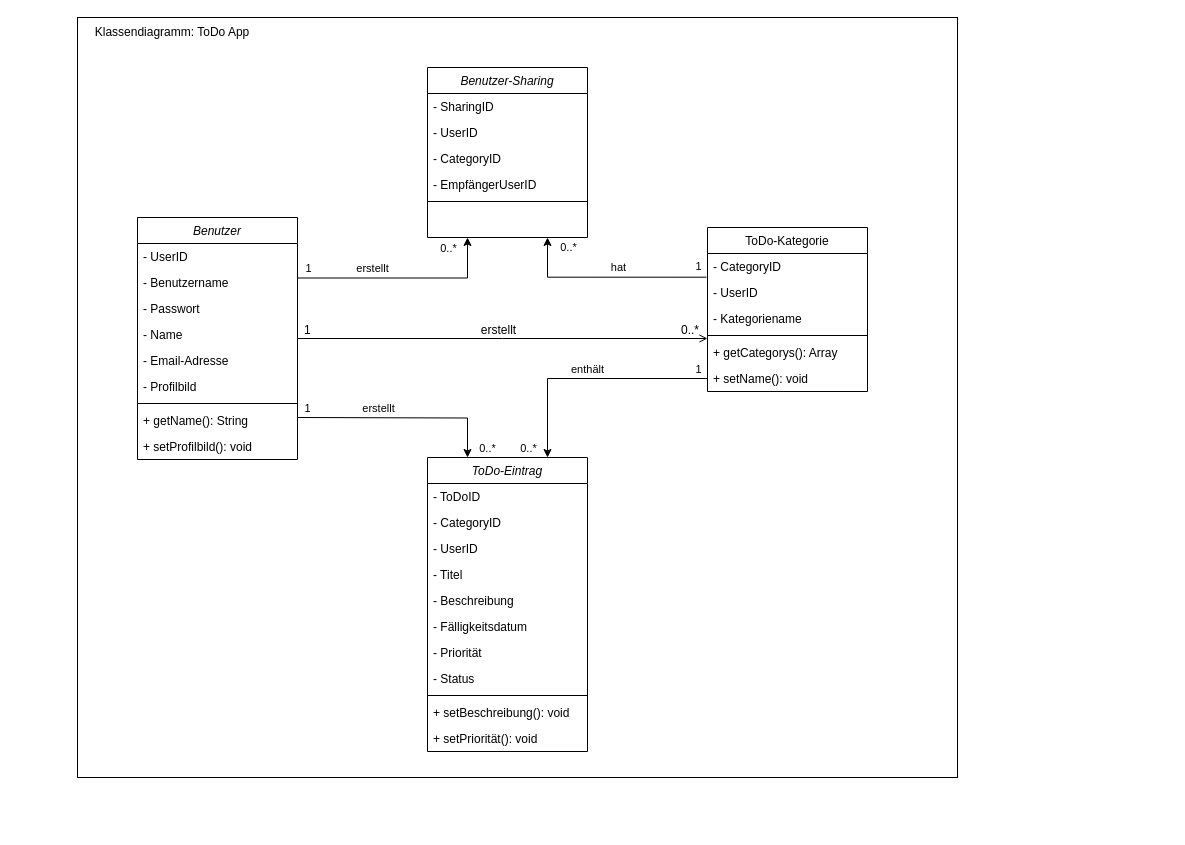
Before: Design/Diagramme/klassendiagramm.drawio in Eddyhotkey/simplydone, a draw.io diagram. Source tidied: cells renumbered, new cells numbered last; positions are measured from the earlier drawing's top-left corner, leaving out a move shared by most shapes. Both pictures are drawn from the tidied source at 100%, with x=0, y=0 at pixel (77, 17).
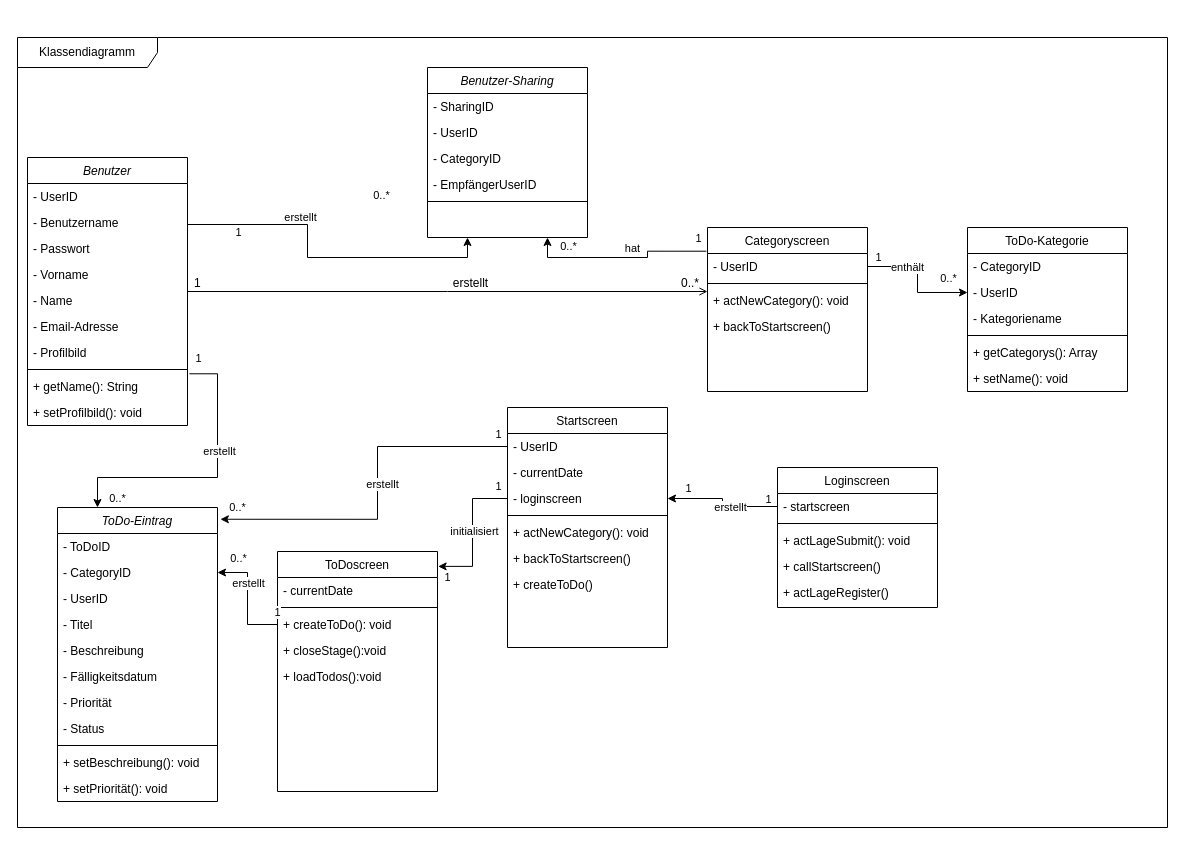
Above is the later version.

The change refers to these unchanged cells:
```xml
<mxCell id="39" value="- CategoryID" style="text;align=left;verticalAlign=top;spacingLeft=4;spacingRight=4;overflow=hidden;points=[[0,0.5],[1,0.5]];portConstraint=eastwest;" parent="37" vertex="1">
  <mxGeometry y="52" width="160" height="26" as="geometry" />
</mxCell>
<mxCell id="56" style="edgeStyle=orthogonalEdgeStyle;rounded=0;jettySize=auto;html=1;entryX=0.75;entryY=1;entryDx=0;entryDy=0;exitX=-0.007;exitY=-0.088;exitDx=0;exitDy=0;exitPerimeter=0;" parent="1" edge="1" source="28" target="49">
  <mxGeometry relative="1" as="geometry" />
</mxCell>
```

Change to the diagram source:
```diff
@@
-    <mxCell id="2" style="rounded=0;whiteSpace=wrap;html=1;" parent="1" vertex="1">
-      <mxGeometry width="880" height="760" as="geometry" />
-    </mxCell>
-    <mxCell id="3" style="edgeStyle=orthogonalEdgeStyle;rounded=0;jettySize=auto;html=1;entryX=0.75;entryY=0;entryDx=0;entryDy=0;exitX=0;exitY=0.5;exitDx=0;exitDy=0;" parent="1" edge="1" source="32" target="37">
+    <mxCell id="3" style="edgeStyle=orthogonalEdgeStyle;rounded=0;jettySize=auto;html=1;entryX=0;entryY=0.5;entryDx=0;entryDy=0;exitX=1;exitY=0.5;exitDx=0;exitDy=0;" parent="1" edge="1" source="28" target="63">
       <mxGeometry relative="1" as="geometry" />
     </mxCell>
     <mxCell id="4" value="1" style="edgeLabel;html=1;align=center;verticalAlign=middle;" parent="3" vertex="1">
       <mxGeometry x="-0.48" relative="1" as="geometry">
-        <mxPoint x="52" y="-10" as="offset" />
+        <mxPoint x="-23" y="-10" as="offset" />
       </mxGeometry>
     </mxCell>
@@
     <mxCell id="6" value="0..*" style="edgeLabel;html=1;align=center;verticalAlign=middle;" parent="3" vertex="1">
       <mxGeometry x="0.11" y="1" relative="1" as="geometry">
-        <mxPoint x="-47" y="68" as="offset" />
+        <mxPoint x="29" y="-9" as="offset" />
       </mxGeometry>
     </mxCell>
@@
-    <mxCell id="8" style="edgeStyle=orthogonalEdgeStyle;rounded=0;jettySize=auto;html=1;entryX=0.25;entryY=0;entryDx=0;entryDy=0;" parent="1" edge="1" target="37">
+    <mxCell id="8" style="edgeStyle=orthogonalEdgeStyle;rounded=0;jettySize=auto;html=1;entryX=0.25;entryY=0;entryDx=0;entryDy=0;exitX=1.012;exitY=0.011;exitDx=0;exitDy=0;exitPerimeter=0;" parent="1" edge="1" source="24" target="37">
       <mxGeometry relative="1" as="geometry">
-        <mxPoint x="220" y="400" as="sourcePoint" />
+        <Array as="points">
+          <mxPoint x="140" y="356" />
+          <mxPoint x="140" y="460" />
+          <mxPoint x="20" y="460" />
+        </Array>
       </mxGeometry>
     </mxCell>
     <mxCell id="9" value="1" style="edgeLabel;html=1;align=center;verticalAlign=middle;" parent="8" vertex="1">
       <mxGeometry x="-0.44" y="-2" relative="1" as="geometry">
-        <mxPoint x="-49" y="-12" as="offset" />
+        <mxPoint x="-18" y="-67" as="offset" />
       </mxGeometry>
     </mxCell>
@@
     <mxCell id="11" value="0..*" style="edgeLabel;html=1;align=center;verticalAlign=middle;" parent="8" vertex="1">
       <mxGeometry x="0.12" y="-1" relative="1" as="geometry">
-        <mxPoint x="73" y="29" as="offset" />
+        <mxPoint x="-74" y="21" as="offset" />
       </mxGeometry>
     </mxCell>
@@
     <mxCell id="16" value="Benutzer" style="swimlane;fontStyle=2;align=center;verticalAlign=top;horizontal=1;startSize=26;rounded=0;shadow=0;strokeWidth=1;" parent="1" vertex="1">
-      <mxGeometry x="60" y="200" width="160" height="242" as="geometry" />
+      <mxGeometry x="-50" y="140" width="160" height="268" as="geometry" />
     </mxCell>
@@
-    <mxCell id="20" value="- Name" style="text;align=left;verticalAlign=top;spacingLeft=4;spacingRight=4;overflow=hidden;" parent="16" vertex="1">
+    <mxCell id="20" value="- Vorname" style="text;align=left;verticalAlign=top;spacingLeft=4;spacingRight=4;overflow=hidden;" parent="16" vertex="1">
       <mxGeometry y="104" width="160" height="26" as="geometry" />
     </mxCell>
+    <mxCell id="61" value="- Name" style="text;align=left;verticalAlign=top;spacingLeft=4;spacingRight=4;overflow=hidden;" parent="16" vertex="1">
+      <mxGeometry y="130" width="160" height="26" as="geometry" />
+    </mxCell>
     <mxCell id="21" value="- Email-Adresse" style="text;align=left;verticalAlign=top;spacingLeft=4;spacingRight=4;overflow=hidden;" parent="16" vertex="1">
-      <mxGeometry y="130" width="160" height="26" as="geometry" />
+      <mxGeometry y="156" width="160" height="26" as="geometry" />
     </mxCell>
     <mxCell id="22" value="- Profilbild" style="text;align=left;verticalAlign=top;spacingLeft=4;spacingRight=4;overflow=hidden;" parent="16" vertex="1">
-      <mxGeometry y="156" width="160" height="26" as="geometry" />
+      <mxGeometry y="182" width="160" height="26" as="geometry" />
     </mxCell>
     <mxCell id="23" style="line;html=1;strokeWidth=1;align=left;verticalAlign=middle;spacingTop=-1;spacingLeft=3;spacingRight=3;labelPosition=right;" parent="16" vertex="1">
-      <mxGeometry y="182" width="160" height="8" as="geometry" />
+      <mxGeometry y="208" width="160" height="8" as="geometry" />
     </mxCell>
     <mxCell id="24" value="+ getName(): String" style="text;align=left;verticalAlign=top;spacingLeft=4;spacingRight=4;overflow=hidden;points=[[0,0.5],[1,0.5]];portConstraint=eastwest;" parent="16" vertex="1">
-      <mxGeometry y="190" width="160" height="26" as="geometry" />
+      <mxGeometry y="216" width="160" height="26" as="geometry" />
     </mxCell>
     <mxCell id="25" value="+ setProfilbild(): void" style="text;align=left;verticalAlign=top;spacingLeft=4;spacingRight=4;overflow=hidden;" parent="16" vertex="1">
-      <mxGeometry y="216" width="160" height="26" as="geometry" />
+      <mxGeometry y="242" width="160" height="26" as="geometry" />
     </mxCell>
-    <mxCell id="26" value="ToDo-Kategorie" style="swimlane;fontStyle=0;align=center;verticalAlign=top;horizontal=1;startSize=26;rounded=0;shadow=0;strokeWidth=1;" parent="1" vertex="1">
+    <mxCell id="26" value="Categoryscreen" style="swimlane;fontStyle=0;align=center;verticalAlign=top;horizontal=1;startSize=26;rounded=0;shadow=0;strokeWidth=1;" parent="1" vertex="1">
       <mxGeometry x="630" y="210" width="160" height="164" as="geometry" />
     </mxCell>
-    <mxCell id="27" value="- CategoryID" style="text;align=left;verticalAlign=top;spacingLeft=4;spacingRight=4;overflow=hidden;" parent="26" vertex="1">
-      <mxGeometry y="26" width="160" height="26" as="geometry" />
-    </mxCell>
     <mxCell id="28" value="- UserID" style="text;align=left;verticalAlign=top;spacingLeft=4;spacingRight=4;overflow=hidden;points=[[0,0.5],[1,0.5]];portConstraint=eastwest;" parent="26" vertex="1">
-      <mxGeometry y="52" width="160" height="26" as="geometry" />
+      <mxGeometry y="26" width="160" height="26" as="geometry" />
     </mxCell>
-    <mxCell id="29" value="- Kategoriename" style="text;align=left;verticalAlign=top;spacingLeft=4;spacingRight=4;overflow=hidden;" parent="26" vertex="1">
-      <mxGeometry y="78" width="160" height="26" as="geometry" />
-    </mxCell>
     <mxCell id="30" style="line;html=1;strokeWidth=1;align=left;verticalAlign=middle;spacingTop=-1;spacingLeft=3;spacingRight=3;labelPosition=right;" parent="26" vertex="1">
-      <mxGeometry y="104" width="160" height="8" as="geometry" />
+      <mxGeometry y="52" width="160" height="8" as="geometry" />
     </mxCell>
-    <mxCell id="31" value="+ getCategorys(): Array" style="text;align=left;verticalAlign=top;spacingLeft=4;spacingRight=4;overflow=hidden;" parent="26" vertex="1">
-      <mxGeometry y="112" width="160" height="26" as="geometry" />
+    <mxCell id="31" value="+ actNewCategory(): void" style="text;align=left;verticalAlign=top;spacingLeft=4;spacingRight=4;overflow=hidden;" parent="26" vertex="1">
+      <mxGeometry y="60" width="160" height="26" as="geometry" />
     </mxCell>
-    <mxCell id="32" value="+ setName(): void" style="text;align=left;verticalAlign=top;spacingLeft=4;spacingRight=4;overflow=hidden;points=[[0,0.5],[1,0.5]];portConstraint=eastwest;" parent="26" vertex="1">
-      <mxGeometry y="138" width="160" height="26" as="geometry" />
+    <mxCell id="32" value="+ backToStartscreen()" style="text;align=left;verticalAlign=top;spacingLeft=4;spacingRight=4;overflow=hidden;points=[[0,0.5],[1,0.5]];portConstraint=eastwest;" parent="26" vertex="1">
+      <mxGeometry y="86" width="160" height="26" as="geometry" />
     </mxCell>
@@
     <mxCell id="37" value="ToDo-Eintrag" style="swimlane;fontStyle=2;align=center;verticalAlign=top;horizontal=1;startSize=26;rounded=0;shadow=0;strokeWidth=1;" parent="1" vertex="1">
-      <mxGeometry x="350" y="440" width="160" height="294" as="geometry" />
+      <mxGeometry x="-20" y="490" width="160" height="294" as="geometry" />
     </mxCell>
@@
     <mxCell id="57" value="1" style="edgeLabel;html=1;align=center;verticalAlign=middle;" parent="56" vertex="1">
       <mxGeometry x="-0.1" y="2" relative="1" as="geometry">
-        <mxPoint x="81" y="-13" as="offset" />
+        <mxPoint x="68" y="-22" as="offset" />
       </mxGeometry>
     </mxCell>
@@
-    <mxCell id="60" value="Klassendiagramm: ToDo App" style="text;html=1;strokeColor=none;fillColor=none;align=center;verticalAlign=middle;whiteSpace=wrap;rounded=0;" parent="1" vertex="1">
-      <mxGeometry width="190" height="30" as="geometry" />
-    </mxCell>
+    <mxCell id="62" value="ToDo-Kategorie" style="swimlane;fontStyle=0;align=center;verticalAlign=top;horizontal=1;startSize=26;rounded=0;shadow=0;strokeWidth=1;" parent="1" vertex="1">
+      <mxGeometry x="890" y="210" width="160" height="164" as="geometry" />
+    </mxCell>
+    <mxCell id="27" value="- CategoryID" style="text;align=left;verticalAlign=top;spacingLeft=4;spacingRight=4;overflow=hidden;" parent="62" vertex="1">
+      <mxGeometry y="26" width="160" height="26" as="geometry" />
+    </mxCell>
+    <mxCell id="63" value="- UserID" style="text;align=left;verticalAlign=top;spacingLeft=4;spacingRight=4;overflow=hidden;points=[[0,0.5],[1,0.5]];portConstraint=eastwest;" parent="62" vertex="1">
+      <mxGeometry y="52" width="160" height="26" as="geometry" />
+    </mxCell>
+    <mxCell id="29" value="- Kategoriename" style="text;align=left;verticalAlign=top;spacingLeft=4;spacingRight=4;overflow=hidden;" parent="62" vertex="1">
+      <mxGeometry y="78" width="160" height="26" as="geometry" />
+    </mxCell>
+    <mxCell id="64" style="line;html=1;strokeWidth=1;align=left;verticalAlign=middle;spacingTop=-1;spacingLeft=3;spacingRight=3;labelPosition=right;" parent="62" vertex="1">
+      <mxGeometry y="104" width="160" height="8" as="geometry" />
+    </mxCell>
+    <mxCell id="65" value="+ getCategorys(): Array" style="text;align=left;verticalAlign=top;spacingLeft=4;spacingRight=4;overflow=hidden;" parent="62" vertex="1">
+      <mxGeometry y="112" width="160" height="26" as="geometry" />
+    </mxCell>
+    <mxCell id="66" value="+ setName(): void" style="text;align=left;verticalAlign=top;spacingLeft=4;spacingRight=4;overflow=hidden;" parent="62" vertex="1">
+      <mxGeometry y="138" width="160" height="26" as="geometry" />
+    </mxCell>
+    <mxCell id="67" value="Startscreen" style="swimlane;fontStyle=0;align=center;verticalAlign=top;horizontal=1;startSize=26;rounded=0;shadow=0;strokeWidth=1;" parent="1" vertex="1">
+      <mxGeometry x="430" y="390" width="160" height="240" as="geometry" />
+    </mxCell>
+    <mxCell id="68" value="- UserID" style="text;align=left;verticalAlign=top;spacingLeft=4;spacingRight=4;overflow=hidden;points=[[0,0.5],[1,0.5]];portConstraint=eastwest;" parent="67" vertex="1">
+      <mxGeometry y="26" width="160" height="26" as="geometry" />
+    </mxCell>
+    <mxCell id="69" value="- currentDate" style="text;align=left;verticalAlign=top;spacingLeft=4;spacingRight=4;overflow=hidden;" parent="67" vertex="1">
+      <mxGeometry y="52" width="160" height="26" as="geometry" />
+    </mxCell>
+    <mxCell id="70" value="- loginscreen" style="text;align=left;verticalAlign=top;spacingLeft=4;spacingRight=4;overflow=hidden;points=[[0,0.5],[1,0.5]];portConstraint=eastwest;" parent="67" vertex="1">
+      <mxGeometry y="78" width="160" height="26" as="geometry" />
+    </mxCell>
+    <mxCell id="71" style="line;html=1;strokeWidth=1;align=left;verticalAlign=middle;spacingTop=-1;spacingLeft=3;spacingRight=3;labelPosition=right;" parent="67" vertex="1">
+      <mxGeometry y="104" width="160" height="8" as="geometry" />
+    </mxCell>
+    <mxCell id="72" value="+ actNewCategory(): void" style="text;align=left;verticalAlign=top;spacingLeft=4;spacingRight=4;overflow=hidden;" parent="67" vertex="1">
+      <mxGeometry y="112" width="160" height="26" as="geometry" />
+    </mxCell>
+    <mxCell id="73" value="+ backToStartscreen()" style="text;align=left;verticalAlign=top;spacingLeft=4;spacingRight=4;overflow=hidden;" parent="67" vertex="1">
+      <mxGeometry y="138" width="160" height="26" as="geometry" />
+    </mxCell>
+    <mxCell id="74" value="+ createToDo()" style="text;align=left;verticalAlign=top;spacingLeft=4;spacingRight=4;overflow=hidden;" parent="67" vertex="1">
+      <mxGeometry y="164" width="160" height="26" as="geometry" />
+    </mxCell>
+    <mxCell id="75" value="Loginscreen" style="swimlane;fontStyle=0;align=center;verticalAlign=top;horizontal=1;startSize=26;rounded=0;shadow=0;strokeWidth=1;" parent="1" vertex="1">
+      <mxGeometry x="700" y="450" width="160" height="140" as="geometry" />
+    </mxCell>
+    <mxCell id="76" value="- startscreen" style="text;align=left;verticalAlign=top;spacingLeft=4;spacingRight=4;overflow=hidden;points=[[0,0.5],[1,0.5]];portConstraint=eastwest;" parent="75" vertex="1">
+      <mxGeometry y="26" width="160" height="26" as="geometry" />
+    </mxCell>
+    <mxCell id="77" style="line;html=1;strokeWidth=1;align=left;verticalAlign=middle;spacingTop=-1;spacingLeft=3;spacingRight=3;labelPosition=right;" parent="75" vertex="1">
+      <mxGeometry y="52" width="160" height="8" as="geometry" />
+    </mxCell>
+    <mxCell id="78" value="+ actLageSubmit(): void" style="text;align=left;verticalAlign=top;spacingLeft=4;spacingRight=4;overflow=hidden;" parent="75" vertex="1">
+      <mxGeometry y="60" width="160" height="26" as="geometry" />
+    </mxCell>
+    <mxCell id="79" value="+ callStartscreen()" style="text;align=left;verticalAlign=top;spacingLeft=4;spacingRight=4;overflow=hidden;" parent="75" vertex="1">
+      <mxGeometry y="86" width="160" height="26" as="geometry" />
+    </mxCell>
+    <mxCell id="80" value="+ actLageRegister()" style="text;align=left;verticalAlign=top;spacingLeft=4;spacingRight=4;overflow=hidden;" parent="75" vertex="1">
+      <mxGeometry y="112" width="160" height="26" as="geometry" />
+    </mxCell>
+    <mxCell id="81" style="edgeStyle=orthogonalEdgeStyle;rounded=0;jettySize=auto;html=1;exitX=0;exitY=0.5;exitDx=0;exitDy=0;entryX=1;entryY=0.5;entryDx=0;entryDy=0;" parent="1" edge="1" source="76" target="70">
+      <mxGeometry relative="1" as="geometry" />
+    </mxCell>
+    <mxCell id="82" value="1" style="edgeLabel;html=1;align=center;verticalAlign=middle;" parent="81" vertex="1">
+      <mxGeometry x="-0.53" y="-1" relative="1" as="geometry">
+        <mxPoint x="18" y="-7" as="offset" />
+      </mxGeometry>
+    </mxCell>
+    <mxCell id="83" value="1" style="edgeLabel;html=1;align=center;verticalAlign=middle;" parent="81" vertex="1">
+      <mxGeometry x="0.45" y="-1" relative="1" as="geometry">
+        <mxPoint x="-12" y="-10" as="offset" />
+      </mxGeometry>
+    </mxCell>
+    <mxCell id="84" value="erstellt" style="edgeLabel;html=1;align=center;verticalAlign=middle;" parent="81" vertex="1">
+      <mxGeometry x="-0.18" relative="1" as="geometry" />
+    </mxCell>
+    <mxCell id="85" value="ToDoscreen" style="swimlane;fontStyle=0;align=center;verticalAlign=top;horizontal=1;startSize=26;rounded=0;shadow=0;strokeWidth=1;" parent="1" vertex="1">
+      <mxGeometry x="200" y="534" width="160" height="240" as="geometry" />
+    </mxCell>
+    <mxCell id="86" value="- currentDate" style="text;align=left;verticalAlign=top;spacingLeft=4;spacingRight=4;overflow=hidden;" parent="85" vertex="1">
+      <mxGeometry y="26" width="160" height="26" as="geometry" />
+    </mxCell>
+    <mxCell id="87" style="line;html=1;strokeWidth=1;align=left;verticalAlign=middle;spacingTop=-1;spacingLeft=3;spacingRight=3;labelPosition=right;" parent="85" vertex="1">
+      <mxGeometry y="52" width="160" height="8" as="geometry" />
+    </mxCell>
+    <mxCell id="88" value="+ createToDo(): void" style="text;align=left;verticalAlign=top;spacingLeft=4;spacingRight=4;overflow=hidden;points=[[0,0.5],[1,0.5]];portConstraint=eastwest;" parent="85" vertex="1">
+      <mxGeometry y="60" width="160" height="26" as="geometry" />
+    </mxCell>
+    <mxCell id="89" value="+ closeStage():void" style="text;align=left;verticalAlign=top;spacingLeft=4;spacingRight=4;overflow=hidden;" parent="85" vertex="1">
+      <mxGeometry y="86" width="160" height="26" as="geometry" />
+    </mxCell>
+    <mxCell id="90" value="+ loadTodos():void" style="text;align=left;verticalAlign=top;spacingLeft=4;spacingRight=4;overflow=hidden;" parent="85" vertex="1">
+      <mxGeometry y="112" width="160" height="26" as="geometry" />
+    </mxCell>
+    <mxCell id="91" style="edgeStyle=orthogonalEdgeStyle;rounded=0;jettySize=auto;html=1;exitX=0;exitY=0.5;exitDx=0;exitDy=0;entryX=1.004;entryY=0.062;entryDx=0;entryDy=0;entryPerimeter=0;" parent="1" edge="1" source="70" target="85">
+      <mxGeometry relative="1" as="geometry" />
+    </mxCell>
+    <mxCell id="92" value="1" style="edgeLabel;html=1;align=center;verticalAlign=middle;" parent="91" vertex="1">
+      <mxGeometry x="-0.71" y="1" relative="1" as="geometry">
+        <mxPoint x="10" y="-14" as="offset" />
+      </mxGeometry>
+    </mxCell>
+    <mxCell id="93" value="1" style="edgeLabel;html=1;align=center;verticalAlign=middle;" parent="91" vertex="1">
+      <mxGeometry x="0.66" y="-1" relative="1" as="geometry">
+        <mxPoint x="-14" y="12" as="offset" />
+      </mxGeometry>
+    </mxCell>
+    <mxCell id="94" value="initialisiert" style="edgeLabel;html=1;align=center;verticalAlign=middle;" parent="91" vertex="1">
+      <mxGeometry x="-0.02" y="1" relative="1" as="geometry" />
+    </mxCell>
+    <mxCell id="95" style="edgeStyle=orthogonalEdgeStyle;rounded=0;jettySize=auto;html=1;exitX=0;exitY=0.5;exitDx=0;exitDy=0;entryX=1;entryY=0.5;entryDx=0;entryDy=0;" parent="1" edge="1" source="88" target="39">
+      <mxGeometry relative="1" as="geometry" />
+    </mxCell>
+    <mxCell id="96" value="erstellt" style="edgeLabel;html=1;align=center;verticalAlign=middle;" parent="95" vertex="1">
+      <mxGeometry x="0.28" relative="1" as="geometry" />
+    </mxCell>
+    <mxCell id="97" value="1" style="edgeLabel;html=1;align=center;verticalAlign=middle;" parent="95" vertex="1">
+      <mxGeometry x="-0.84" y="1" relative="1" as="geometry">
+        <mxPoint x="8" y="-14" as="offset" />
+      </mxGeometry>
+    </mxCell>
+    <mxCell id="98" value="0..*" style="edgeLabel;html=1;align=center;verticalAlign=middle;" parent="95" vertex="1">
+      <mxGeometry x="0.73" y="-2" relative="1" as="geometry">
+        <mxPoint x="5" y="-13" as="offset" />
+      </mxGeometry>
+    </mxCell>
+    <mxCell id="99" style="edgeStyle=orthogonalEdgeStyle;rounded=0;jettySize=auto;html=1;exitX=0;exitY=0.5;exitDx=0;exitDy=0;entryX=1.018;entryY=0.04;entryDx=0;entryDy=0;entryPerimeter=0;" parent="1" edge="1" source="68" target="37">
+      <mxGeometry relative="1" as="geometry">
+        <Array as="points">
+          <mxPoint x="300" y="429" />
+          <mxPoint x="300" y="502" />
+        </Array>
+      </mxGeometry>
+    </mxCell>
+    <mxCell id="100" value="1" style="edgeLabel;html=1;align=center;verticalAlign=middle;" parent="99" vertex="1">
+      <mxGeometry x="-0.81" relative="1" as="geometry">
+        <mxPoint x="24" y="-13" as="offset" />
+      </mxGeometry>
+    </mxCell>
+    <mxCell id="101" value="0..*" style="edgeLabel;html=1;align=center;verticalAlign=middle;" parent="99" vertex="1">
+      <mxGeometry x="0.81" y="-2" relative="1" as="geometry">
+        <mxPoint x="-17" y="-10" as="offset" />
+      </mxGeometry>
+    </mxCell>
+    <mxCell id="102" value="erstellt" style="edgeLabel;html=1;align=center;verticalAlign=middle;" parent="99" vertex="1">
+      <mxGeometry x="-0.07" y="4" relative="1" as="geometry" />
+    </mxCell>
+    <mxCell id="103" value="Klassendiagramm" style="shape=umlFrame;whiteSpace=wrap;html=1;width=140;height=30;" parent="1" vertex="1">
+      <mxGeometry x="-60" y="20" width="1150" height="790" as="geometry" />
+    </mxCell>
```
